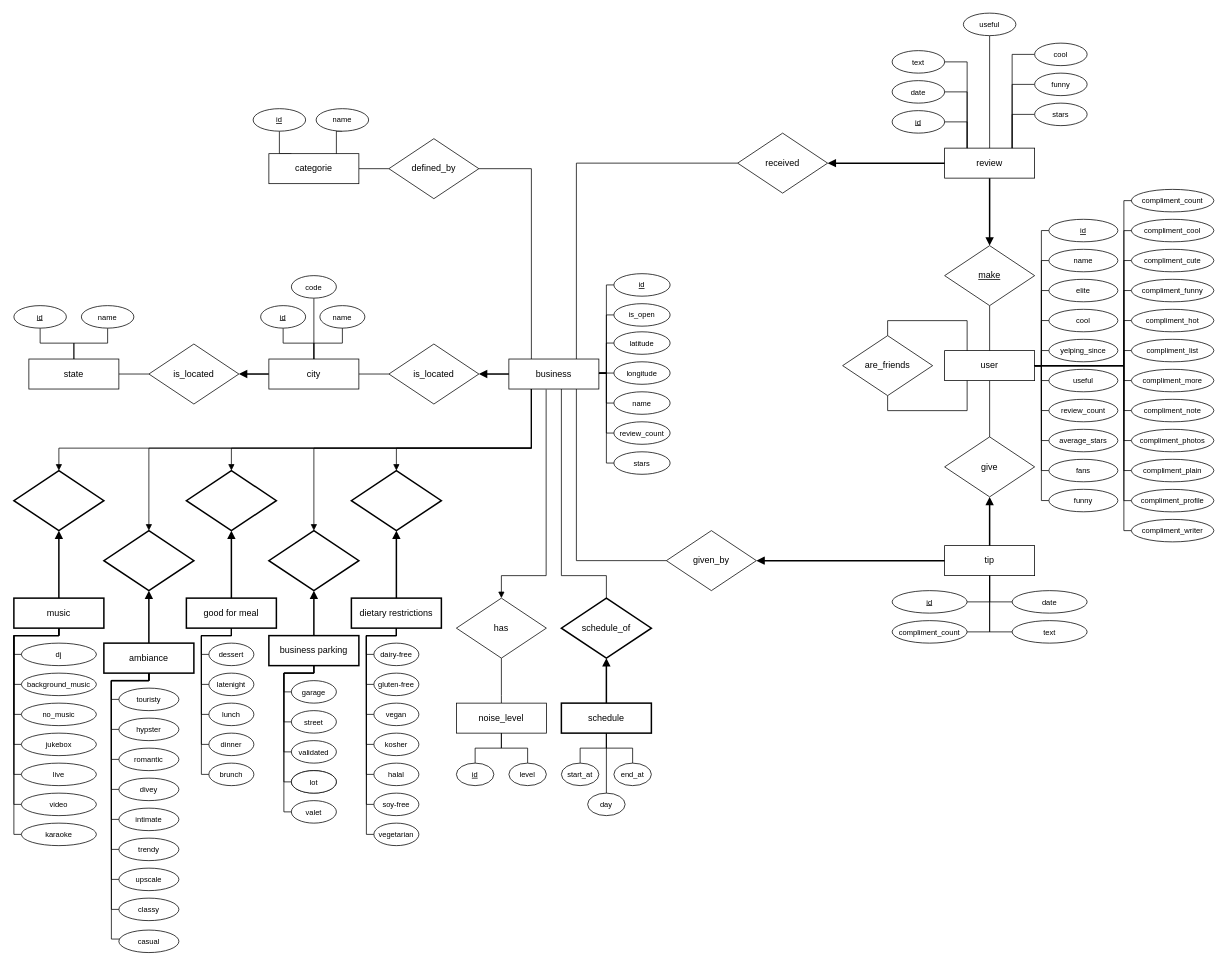
Above: schema.drawio in Ph0tonic/Intro2DataBase (draw.io), before the change. Source tidied: cells renumbered, new cells numbered last; positions are measured from the earlier drawing's top-left corner, leaving out a move shared by most shapes. Both pictures are drawn from the tidied source at 75%, with x=0, y=0 at pixel (14, 13).
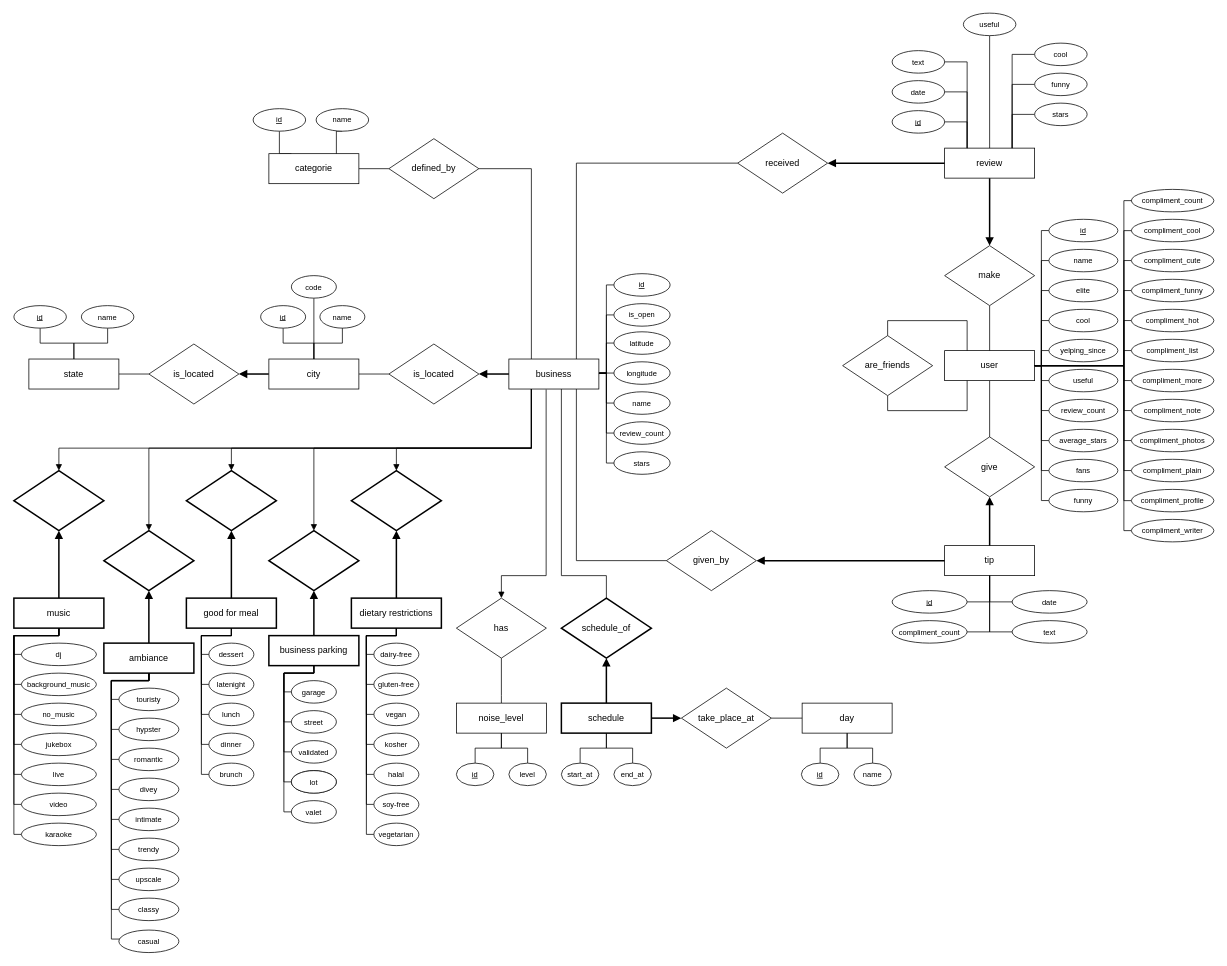
After the change.

Unchanged cells that the change refers to:
```xml
<mxCell id="211" value="schedule" style="rounded=0;whiteSpace=wrap;html=1;strokeWidth=2;gradientColor=none;" parent="1" vertex="1">
  <mxGeometry x="730" y="920" width="120" height="40" as="geometry" />
</mxCell>
```

The edit, as a diff of the source:
```diff
@@
-    <mxCell id="64" value="make" style="rhombus;whiteSpace=wrap;html=1;fontStyle=4;" parent="1" vertex="1">
+    <mxCell id="64" value="make" style="rhombus;whiteSpace=wrap;html=1;fontStyle=0;" parent="1" vertex="1">
       <mxGeometry x="1241" y="310" width="120" height="80" as="geometry" />
     </mxCell>
@@
-    <mxCell id="210" style="edgeStyle=orthogonalEdgeStyle;rounded=0;jettySize=auto;html=1;exitX=0.5;exitY=1;exitDx=0;exitDy=0;entryX=0.5;entryY=0;entryDx=0;entryDy=0;startArrow=none;startFill=0;endArrow=none;endFill=0;strokeWidth=1;" parent="1" edge="1" source="211" target="214">
+    <mxCell id="210" style="edgeStyle=orthogonalEdgeStyle;rounded=0;jettySize=auto;html=1;exitX=0.5;exitY=1;exitDx=0;exitDy=0;entryX=0.5;entryY=0;entryDx=0;entryDy=0;startArrow=none;startFill=0;endArrow=none;endFill=0;strokeWidth=1;" parent="1" edge="1" source="234" target="214">
       <mxGeometry relative="1" as="geometry" />
     </mxCell>
+    <mxCell id="232" style="edgeStyle=orthogonalEdgeStyle;rounded=0;jettySize=auto;html=1;exitX=0;exitY=0.5;exitDx=0;exitDy=0;endArrow=none;endFill=0;startArrow=block;startFill=1;entryX=1;entryY=0.5;entryDx=0;entryDy=0;strokeWidth=2;" parent="1" edge="1" source="233" target="211">
+      <mxGeometry relative="1" as="geometry" />
+    </mxCell>
@@
-    <mxCell id="214" value="day" style="ellipse;whiteSpace=wrap;html=1;fontStyle=0;fontSize=10;" parent="1" vertex="1">
-      <mxGeometry x="765" y="1040" width="50" height="30" as="geometry" />
+    <mxCell id="214" value="name" style="ellipse;whiteSpace=wrap;html=1;fontStyle=0;fontSize=10;" parent="1" vertex="1">
+      <mxGeometry x="1120" y="1000" width="50" height="30" as="geometry" />
     </mxCell>
@@
+    <mxCell id="233" value="take_place_at" style="rhombus;whiteSpace=wrap;html=1;" parent="1" vertex="1">
+      <mxGeometry x="890" y="900" width="120" height="80" as="geometry" />
+    </mxCell>
+    <mxCell id="234" value="day" style="rounded=0;whiteSpace=wrap;html=1;" parent="1" vertex="1">
+      <mxGeometry x="1051" y="920" width="120" height="40" as="geometry" />
+    </mxCell>
+    <mxCell id="235" style="edgeStyle=orthogonalEdgeStyle;rounded=0;jettySize=auto;html=1;startArrow=none;startFill=0;endArrow=none;endFill=0;exitX=1;exitY=0.5;exitDx=0;exitDy=0;entryX=0;entryY=0.5;entryDx=0;entryDy=0;" parent="1" edge="1" source="233" target="234">
+      <mxGeometry relative="1" as="geometry" />
+    </mxCell>
+    <mxCell id="236" style="edgeStyle=orthogonalEdgeStyle;rounded=0;jettySize=auto;html=1;exitX=0.5;exitY=0;exitDx=0;exitDy=0;entryX=0.5;entryY=1;entryDx=0;entryDy=0;startArrow=none;startFill=0;endArrow=none;endFill=0;strokeWidth=1;" parent="1" edge="1" source="237" target="234">
+      <mxGeometry relative="1" as="geometry" />
+    </mxCell>
+    <mxCell id="237" value="id" style="ellipse;whiteSpace=wrap;html=1;fontStyle=4;fontSize=10;" parent="1" vertex="1">
+      <mxGeometry x="1050" y="1000" width="50" height="30" as="geometry" />
+    </mxCell>
```
